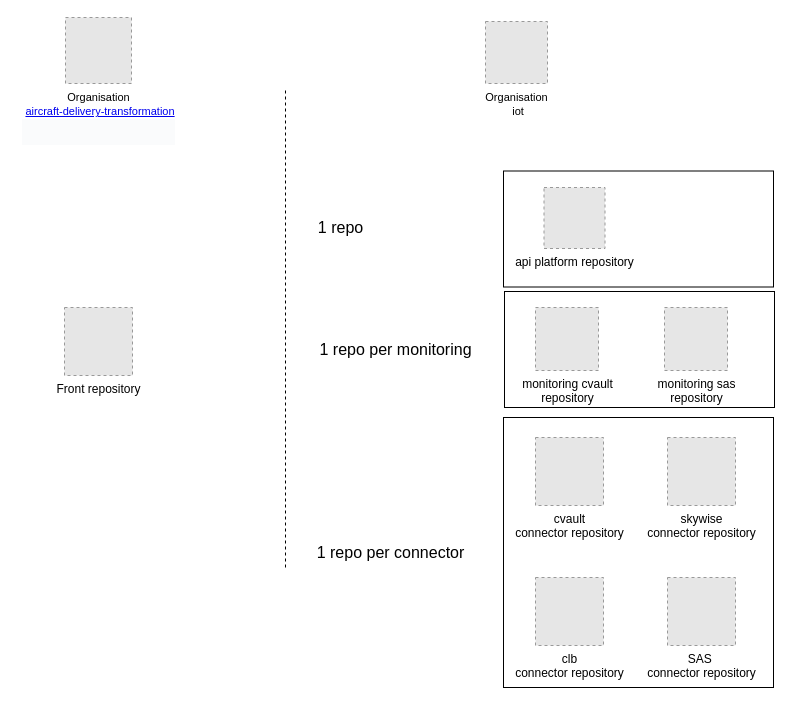
Above: GithubRepo.drawio in claytonbrown/aws-drawing (draw.io), before the change. Source tidied: cells renumbered, new cells numbered last; positions are measured from the earlier drawing's top-left corner, leaving out a move shared by most shapes. Both pictures are drawn from the tidied source at 100%, with x=0, y=0 at pixel (64, 17). Pictures stored in the file or linked from it are replaced by grey dashed boxes.
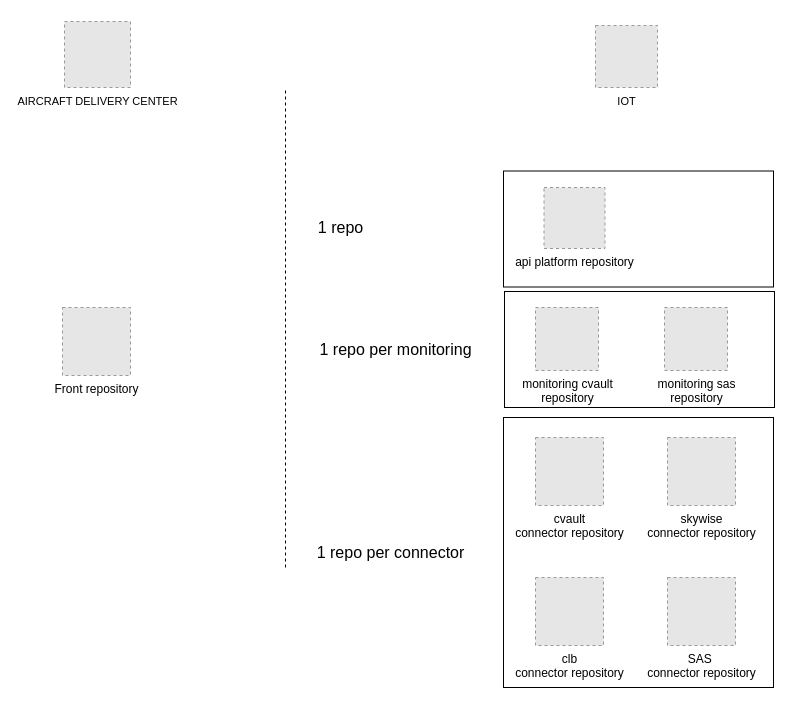
The same diagram, later.

Diff of the diagram source:
```diff
@@
 <mxGraphModel>
   <root>
     <mxCell id="0" />
     <mxCell id="1" parent="0" />
     <mxCell id="2" style="rounded=0;whiteSpace=wrap;html=1;fontColor=#3333FF;" parent="1" vertex="1">
       <mxGeometry x="439" y="153.5" width="270" height="116" as="geometry" />
     </mxCell>
     <mxCell id="3" style="rounded=0;whiteSpace=wrap;html=1;fontColor=#3333FF;" parent="1" vertex="1">
       <mxGeometry x="440" y="274" width="270" height="116" as="geometry" />
     </mxCell>
     <mxCell id="4" style="whiteSpace=wrap;html=1;fontColor=#3333FF;" parent="1" vertex="1">
       <mxGeometry x="439" y="400" width="270" height="270" as="geometry" />
     </mxCell>
     <mxCell id="5" value="Front repository" style="fillColor=#E6E6E6;strokeColor=#999999;dashed=1;html=1;verticalAlign=top;verticalLabelPosition=bottom;labelBackgroundColor=#ffffff;" parent="1" vertex="1">
-      <mxGeometry y="290" width="68" height="68" as="geometry" />
+      <mxGeometry x="-2" y="290" width="68" height="68" as="geometry" />
     </mxCell>
-    <mxCell id="6" value="&lt;font style=&quot;font-size: 11px&quot; color=&quot;#000000&quot;&gt;Organisation&lt;br&gt;&amp;nbsp;&lt;a class=&quot;url fn&quot; href=&quot;https://github.airbus.corp/aircraft-delivery-transformation&quot; style=&quot;box-sizing: border-box&quot;&gt;aircraft-delivery-transformation&lt;br&gt;&lt;/a&gt;&lt;/font&gt;&lt;h1 class=&quot;public  d-flex flex-wrap flex-items-center break-word float-none&quot; style=&quot;box-sizing: border-box ; margin: 0px ; font-weight: 400 ; line-height: 26px ; position: relative ; max-width: 635px ; font-family: , &amp;#34;blinkmacsystemfont&amp;#34; , &amp;#34;segoe ui&amp;#34; , &amp;#34;helvetica&amp;#34; , &amp;#34;arial&amp;#34; , sans-serif , &amp;#34;apple color emoji&amp;#34; , &amp;#34;segoe ui emoji&amp;#34; ; background-color: rgb(250 , 251 , 252) ; word-break: break-word ; overflow-wrap: break-word ; display: flex&quot;&gt;&lt;div style=&quot;font-size: 18px&quot;&gt;&lt;br&gt;&lt;/div&gt;&lt;/h1&gt;" style="fillColor=#E6E6E6;strokeColor=#999999;dashed=1;html=1;verticalAlign=top;verticalLabelPosition=bottom;labelBackgroundColor=#ffffff;fontColor=#3333FF;" parent="1" vertex="1">
-      <mxGeometry x="1" width="66" height="66" as="geometry" />
+    <mxCell id="6" value="&lt;font color=&quot;#000000&quot;&gt;&lt;span style=&quot;font-size: 11px&quot;&gt;AIRCRAFT DELIVERY CENTER&lt;/span&gt;&lt;/font&gt;" style="fillColor=#E6E6E6;strokeColor=#999999;dashed=1;html=1;verticalAlign=top;verticalLabelPosition=bottom;labelBackgroundColor=#ffffff;fontColor=#3333FF;" parent="1" vertex="1">
+      <mxGeometry y="4" width="66" height="66" as="geometry" />
     </mxCell>
     <mxCell id="7" style="endArrow=none;dashed=1;html=1;fontColor=#3333FF;" parent="1" edge="1">
       <mxGeometry relative="1" as="geometry">
         <mxPoint x="221" y="550" as="sourcePoint" />
         <mxPoint x="221" y="70" as="targetPoint" />
       </mxGeometry>
     </mxCell>
-    <mxCell id="8" value="&lt;font style=&quot;font-size: 11px&quot; color=&quot;#000000&quot;&gt;Organisation&lt;br&gt;&amp;nbsp;iot&lt;br&gt;&lt;/font&gt;" style="fillColor=#E6E6E6;strokeColor=#999999;dashed=1;html=1;verticalAlign=top;verticalLabelPosition=bottom;labelBackgroundColor=#ffffff;fontColor=#3333FF;" parent="1" vertex="1">
-      <mxGeometry x="421" y="4" width="62" height="62" as="geometry" />
+    <mxCell id="8" value="&lt;font style=&quot;font-size: 11px&quot; color=&quot;#000000&quot;&gt;IOT&lt;br&gt;&lt;/font&gt;" style="fillColor=#E6E6E6;strokeColor=#999999;dashed=1;html=1;verticalAlign=top;verticalLabelPosition=bottom;labelBackgroundColor=#ffffff;fontColor=#3333FF;" parent="1" vertex="1">
+      <mxGeometry x="531" y="8" width="62" height="62" as="geometry" />
     </mxCell>
     <mxCell id="9" value="api platform repository" style="fillColor=#E6E6E6;strokeColor=#999999;dashed=1;html=1;verticalAlign=top;verticalLabelPosition=bottom;labelBackgroundColor=#ffffff;" parent="1" vertex="1">
       <mxGeometry x="479.5" y="170" width="61" height="61" as="geometry" />
     </mxCell>
     <mxCell id="10" value="cvault &lt;br&gt;connector repository" style="fillColor=#E6E6E6;strokeColor=#999999;dashed=1;html=1;verticalAlign=top;verticalLabelPosition=bottom;labelBackgroundColor=#ffffff;" parent="1" vertex="1">
       <mxGeometry x="471" y="420" width="68" height="68" as="geometry" />
     </mxCell>
     <mxCell id="11" value="monitoring sas&lt;br&gt;repository" style="fillColor=#E6E6E6;strokeColor=#999999;dashed=1;html=1;verticalAlign=top;verticalLabelPosition=bottom;labelBackgroundColor=#ffffff;" parent="1" vertex="1">
       <mxGeometry x="600" y="290" width="63" height="63" as="geometry" />
     </mxCell>
     <mxCell id="12" value="monitoring cvault&lt;br&gt;repository" style="fillColor=#E6E6E6;strokeColor=#999999;dashed=1;html=1;verticalAlign=top;verticalLabelPosition=bottom;labelBackgroundColor=#ffffff;" parent="1" vertex="1">
       <mxGeometry x="471" y="290" width="63" height="63" as="geometry" />
     </mxCell>
     <mxCell id="13" value="skywise&lt;br&gt;connector repository" style="fillColor=#E6E6E6;strokeColor=#999999;dashed=1;html=1;verticalAlign=top;verticalLabelPosition=bottom;labelBackgroundColor=#ffffff;" parent="1" vertex="1">
       <mxGeometry x="603" y="420" width="68" height="68" as="geometry" />
     </mxCell>
     <mxCell id="14" value="SAS&amp;nbsp;&lt;br&gt;connector repository" style="fillColor=#E6E6E6;strokeColor=#999999;dashed=1;html=1;verticalAlign=top;verticalLabelPosition=bottom;labelBackgroundColor=#ffffff;" parent="1" vertex="1">
       <mxGeometry x="603" y="560" width="68" height="68" as="geometry" />
     </mxCell>
     <mxCell id="15" value="clb&lt;br&gt;connector repository" style="fillColor=#E6E6E6;strokeColor=#999999;dashed=1;html=1;verticalAlign=top;verticalLabelPosition=bottom;labelBackgroundColor=#ffffff;" parent="1" vertex="1">
       <mxGeometry x="471" y="560" width="68" height="68" as="geometry" />
     </mxCell>
     <mxCell id="16" value="&lt;font style=&quot;font-size: 16px&quot; color=&quot;#000000&quot;&gt;1 repo per connector&lt;/font&gt;" style="text;html=1;align=center;verticalAlign=middle;fontColor=#3333FF;" parent="1" vertex="1">
       <mxGeometry x="246" y="525" width="160" height="20" as="geometry" />
     </mxCell>
     <mxCell id="17" value="&lt;font style=&quot;font-size: 16px&quot; color=&quot;#000000&quot;&gt;1 repo per monitoring&lt;/font&gt;" style="text;html=1;align=center;verticalAlign=middle;fontColor=#3333FF;" parent="1" vertex="1">
       <mxGeometry x="246" y="322" width="170" height="20" as="geometry" />
     </mxCell>
     <mxCell id="18" value="&lt;font style=&quot;font-size: 16px&quot; color=&quot;#000000&quot;&gt;1 repo&lt;/font&gt;" style="text;html=1;align=center;verticalAlign=middle;fontColor=#3333FF;" parent="1" vertex="1">
       <mxGeometry x="246" y="199.5" width="60" height="20" as="geometry" />
     </mxCell>
   </root>
 </mxGraphModel>
```
